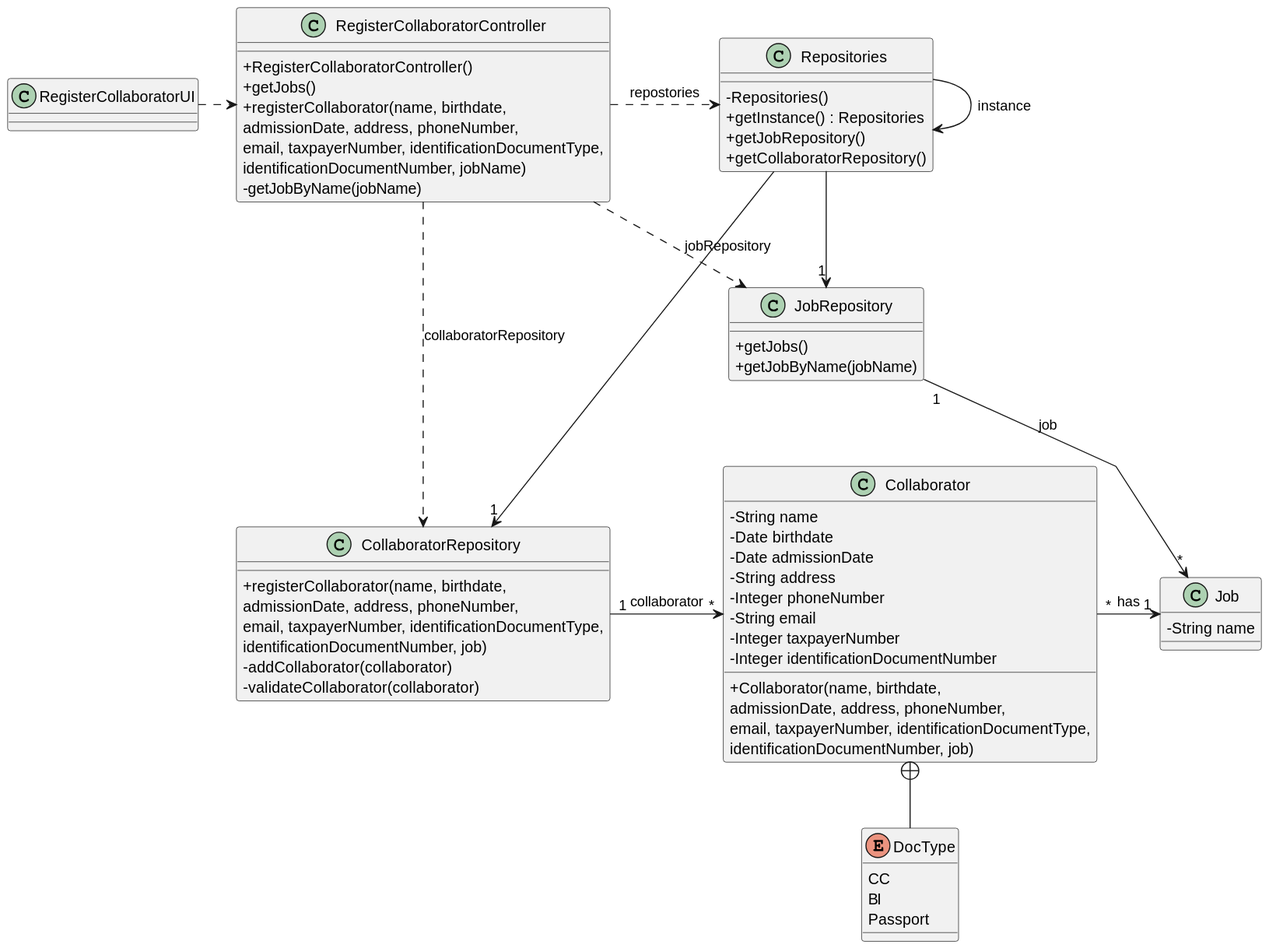
The PlantUML diagram docs/sprintB/us003/03.design/svg/us003-class-diagram.svg in Departamento-de-Engenharia-Informatica/lei-24-s2-1dm-g132, before a commit.
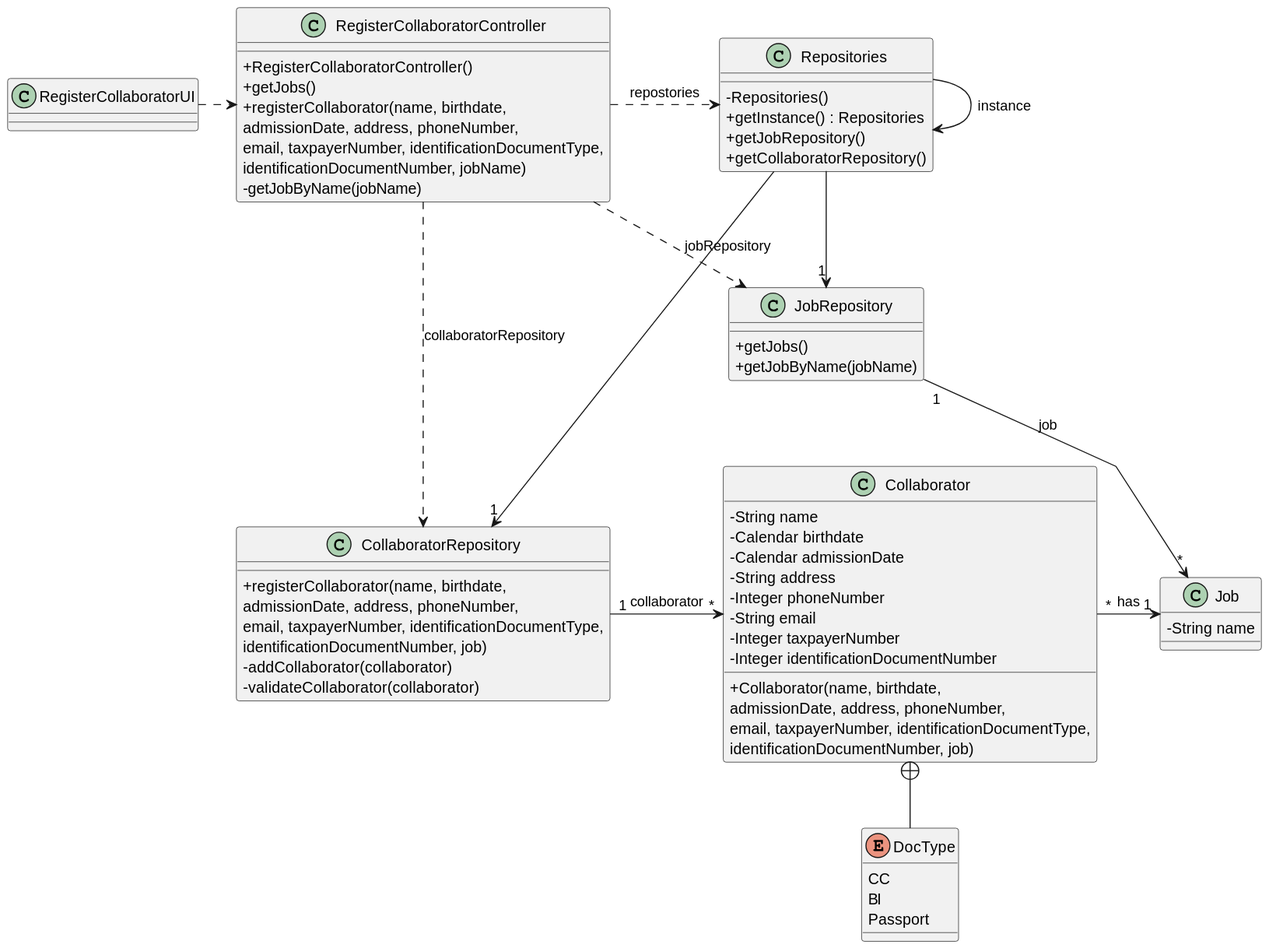
The same file after the commit.

Commit message:
Minor change in US003 class diagram

Change to the diagram source:
```diff
@@ -43,8 +43,8 @@
 class Collaborator
 {
     - String name
-    - Date birthdate
-    - Date admissionDate
+    - Calendar birthdate
+    - Calendar admissionDate
     - String address
     - Integer phoneNumber
     - String email
```
